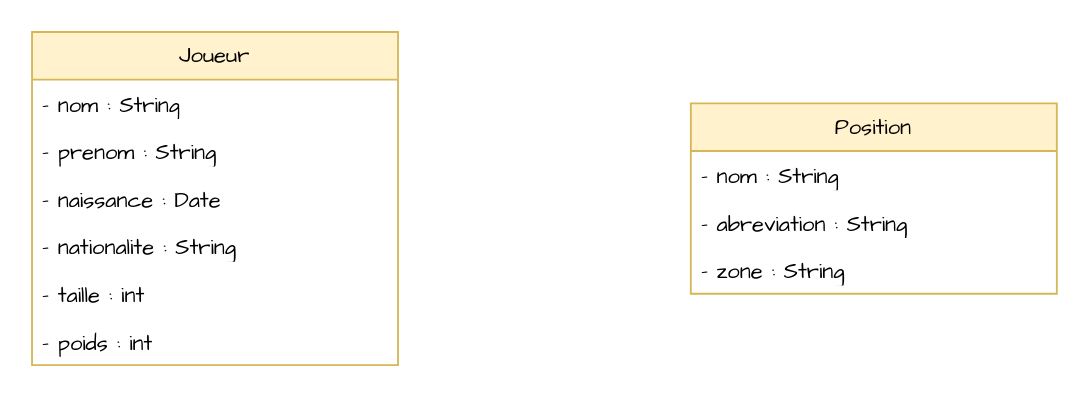
alexandrerahir/PulseCoaching keeps this draw.io diagram as diagramme_classes.drawio. Above is the earlier version. Source tidied: cells renumbered, new cells numbered last; positions are measured from the earlier drawing's top-left corner, leaving out a move shared by most shapes. Both pictures are drawn from the tidied source at 183%, with x=0, y=0 at pixel (31, 31).
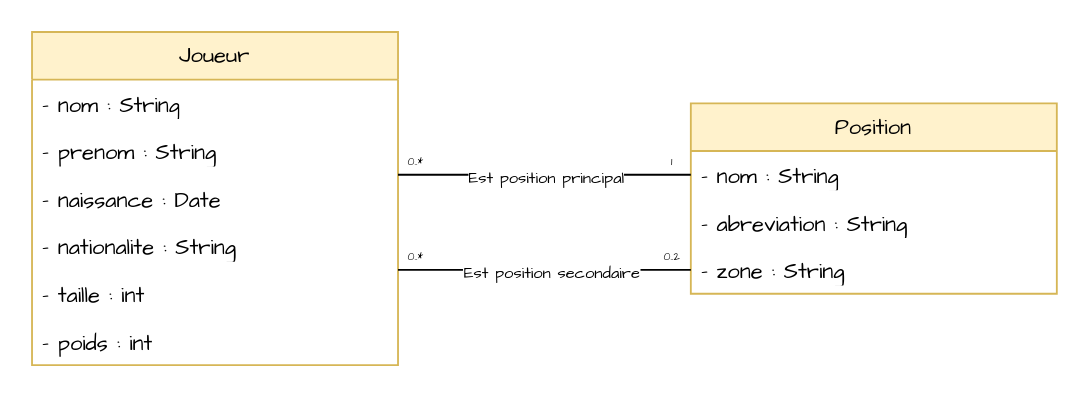
The same diagram, later.

Commit message (it also covers changes not shown here):
Création de la classe Position

The change refers to these unchanged cells:
```xml
<mxCell id="5" value="&lt;font face=&quot;Comic Sans MS&quot;&gt;- naissance : Date&lt;/font&gt;" style="text;strokeColor=none;fillColor=none;align=left;verticalAlign=top;spacingLeft=4;spacingRight=4;overflow=hidden;points=[[0,0.5],[1,0.5]];portConstraint=eastwest;whiteSpace=wrap;html=1;" parent="2" vertex="1">
  <mxGeometry y="78" width="200" height="26" as="geometry" />
</mxCell>
<mxCell id="7" value="&lt;font face=&quot;Comic Sans MS&quot;&gt;- taille : int&lt;/font&gt;" style="text;strokeColor=none;fillColor=none;align=left;verticalAlign=top;spacingLeft=4;spacingRight=4;overflow=hidden;points=[[0,0.5],[1,0.5]];portConstraint=eastwest;whiteSpace=wrap;html=1;" parent="2" vertex="1">
  <mxGeometry y="130" width="200" height="26" as="geometry" />
</mxCell>
<mxCell id="10" value="&lt;font style=&quot;&quot; face=&quot;Comic Sans MS&quot;&gt;- nom : String&lt;/font&gt;" style="text;strokeColor=none;fillColor=none;align=left;verticalAlign=top;spacingLeft=4;spacingRight=4;overflow=hidden;points=[[0,0.5],[1,0.5]];portConstraint=eastwest;whiteSpace=wrap;html=1;" parent="9" vertex="1">
  <mxGeometry y="26" width="200" height="26" as="geometry" />
</mxCell>
<mxCell id="12" value="&lt;font style=&quot;&quot; face=&quot;Comic Sans MS&quot;&gt;- zone : String&lt;/font&gt;" style="text;strokeColor=none;fillColor=none;align=left;verticalAlign=top;spacingLeft=4;spacingRight=4;overflow=hidden;points=[[0,0.5],[1,0.5]];portConstraint=eastwest;whiteSpace=wrap;html=1;" parent="9" vertex="1">
  <mxGeometry y="78" width="200" height="26" as="geometry" />
</mxCell>
```

Change to the diagram source:
```diff
@@
+    <mxCell id="13" style="edgeStyle=orthogonalEdgeStyle;rounded=0;jettySize=auto;html=1;entryX=0;entryY=0.5;entryDx=0;entryDy=0;endArrow=none;startFill=0;" parent="1" edge="1" source="5" target="10">
+      <mxGeometry relative="1" as="geometry">
+        <Array as="points">
+          <mxPoint x="240" y="78" />
+          <mxPoint x="240" y="78" />
+        </Array>
+      </mxGeometry>
+    </mxCell>
+    <mxCell id="14" value="&lt;font style=&quot;font-size: 9px;&quot; face=&quot;Comic Sans MS&quot;&gt;Est position principal&lt;/font&gt;" style="edgeLabel;html=1;align=center;verticalAlign=middle;" parent="13" vertex="1">
+      <mxGeometry x="0.15" relative="1" as="geometry">
+        <mxPoint x="-12" as="offset" />
+      </mxGeometry>
+    </mxCell>
+    <mxCell id="15" style="edgeStyle=orthogonalEdgeStyle;rounded=0;jettySize=auto;html=1;entryX=0;entryY=0.5;entryDx=0;entryDy=0;endArrow=none;startFill=0;" parent="1" edge="1" source="7" target="12">
+      <mxGeometry relative="1" as="geometry">
+        <Array as="points">
+          <mxPoint x="240" y="130" />
+          <mxPoint x="240" y="130" />
+        </Array>
+      </mxGeometry>
+    </mxCell>
+    <mxCell id="16" value="&lt;font face=&quot;Comic Sans MS&quot; style=&quot;font-size: 9px;&quot;&gt;Est position secondaire&lt;/font&gt;" style="edgeLabel;html=1;align=center;verticalAlign=middle;" parent="15" vertex="1">
+      <mxGeometry x="0.04" relative="1" as="geometry" />
+    </mxCell>
+    <mxCell id="17" value="&lt;font face=&quot;Comic Sans MS&quot; style=&quot;font-size: 6px;&quot;&gt;0..*&lt;/font&gt;" style="text;html=1;align=center;verticalAlign=middle;whiteSpace=wrap;rounded=0;" parent="1" vertex="1">
+      <mxGeometry x="200" y="60" width="20" height="18" as="geometry" />
+    </mxCell>
+    <mxCell id="18" value="&lt;font face=&quot;Comic Sans MS&quot; style=&quot;font-size: 6px;&quot;&gt;1&lt;/font&gt;" style="text;html=1;align=center;verticalAlign=middle;whiteSpace=wrap;rounded=0;" parent="1" vertex="1">
+      <mxGeometry x="340" y="60" width="20" height="18" as="geometry" />
+    </mxCell>
+    <mxCell id="19" value="&lt;font face=&quot;Comic Sans MS&quot; style=&quot;font-size: 6px;&quot;&gt;0..2&lt;/font&gt;" style="text;html=1;align=center;verticalAlign=middle;whiteSpace=wrap;rounded=0;" parent="1" vertex="1">
+      <mxGeometry x="340" y="112" width="20" height="18" as="geometry" />
+    </mxCell>
+    <mxCell id="20" value="&lt;font face=&quot;Comic Sans MS&quot; style=&quot;font-size: 6px;&quot;&gt;0..*&lt;/font&gt;" style="text;html=1;align=center;verticalAlign=middle;whiteSpace=wrap;rounded=0;" parent="1" vertex="1">
+      <mxGeometry x="200" y="112" width="20" height="18" as="geometry" />
+    </mxCell>
```
